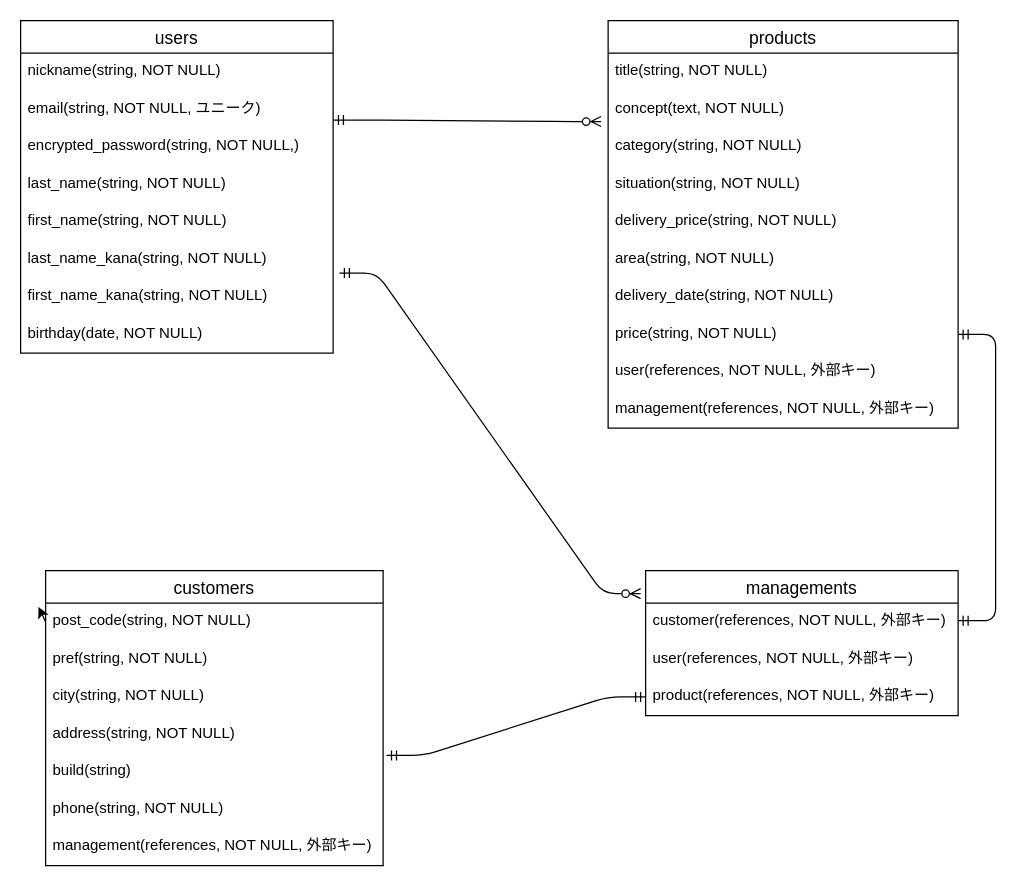
This is furima.dio from gi-hagi/furima-38644, a draw.io file, before an edit. Source tidied: cells renumbered, new cells numbered last; positions are measured from the earlier drawing's top-left corner, leaving out a move shared by most shapes. Both pictures are drawn from the tidied source at 125%, with x=0, y=0 at pixel (20, 20).
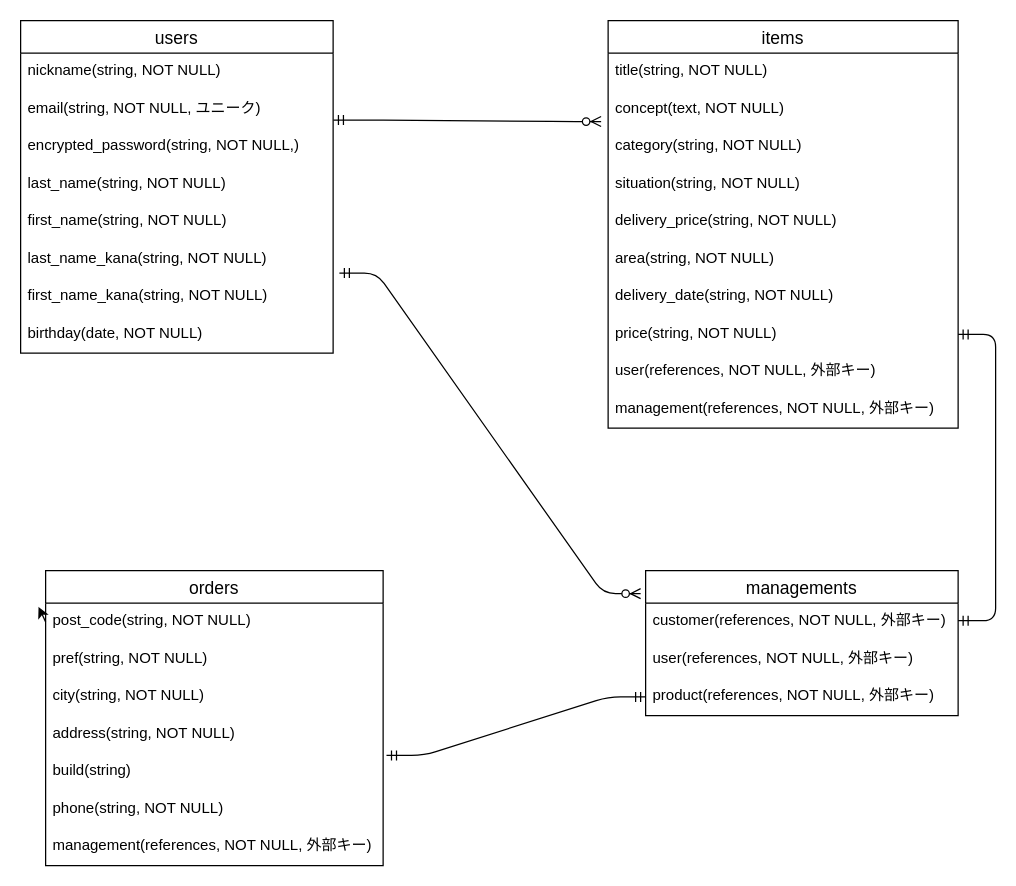
After the change.

Change to the diagram source:
```diff
@@
-    <mxCell id="11" value="products" style="swimlane;fontStyle=0;horizontal=1;startSize=26;align=center;fontSize=14;" parent="1" vertex="1">
+    <mxCell id="11" value="items" style="swimlane;fontStyle=0;horizontal=1;startSize=26;align=center;fontSize=14;" parent="1" vertex="1">
       <mxGeometry x="470" width="280" height="326" as="geometry" />
     </mxCell>
@@
-    <mxCell id="22" value="customers" style="swimlane;fontStyle=0;horizontal=1;startSize=26;align=center;fontSize=14;" parent="1" vertex="1">
+    <mxCell id="22" value="orders" style="swimlane;fontStyle=0;horizontal=1;startSize=26;align=center;fontSize=14;" parent="1" vertex="1">
       <mxGeometry x="20" y="440" width="270" height="236" as="geometry" />
     </mxCell>
```
